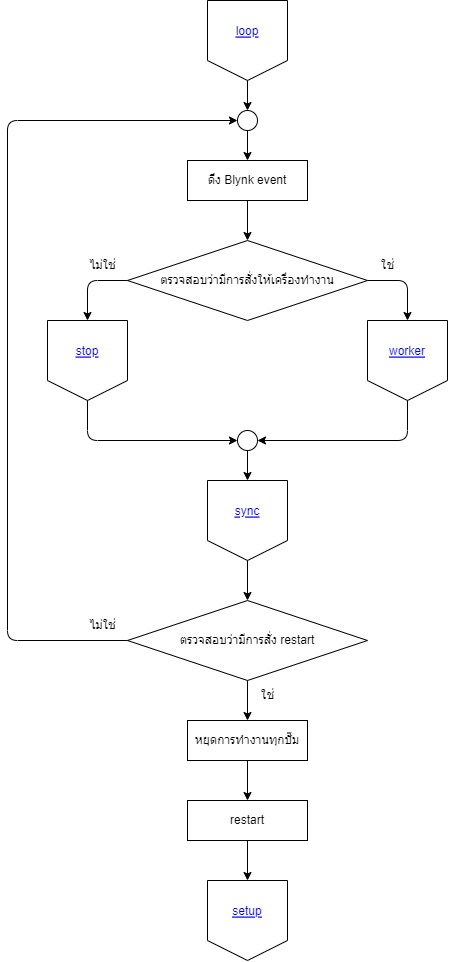
This is flowcharts/loop.png from thestampr/pHConditioner, a draw.io export, as it was before one commit. Source tidied: cells renumbered, new cells last; positions are measured from the earlier drawing's top-left corner, leaving out a move shared by most shapes.
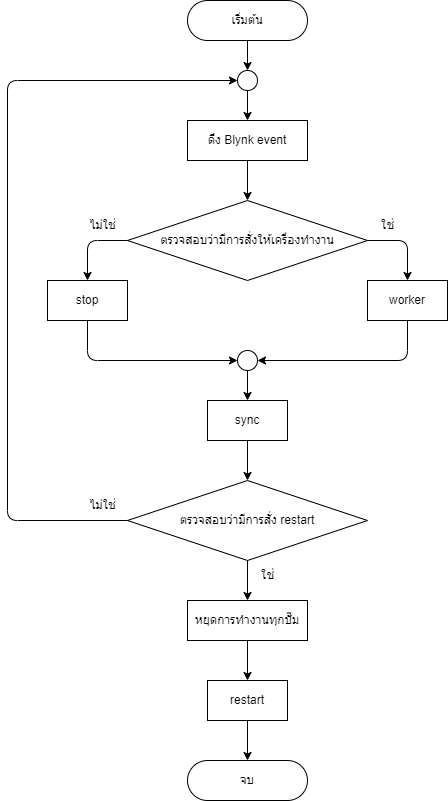
Above is the later version.

Diff of the diagram source:
```diff
@@ -3,82 +3,43 @@
     <mxCell id="0" />
     <mxCell id="1" parent="0" />
     <mxCell id="2" value="ตรวจสอบว่ามีการสั่งให้เครื่องทำงาน" style="rhombus;whiteSpace=wrap;html=1;rounded=0;labelBackgroundColor=none;comic=0;strokeColor=#000000;fontColor=#000000;fillColor=none;" parent="1" vertex="1">
-      <mxGeometry x="200" y="240" width="240" height="80" as="geometry" />
+      <mxGeometry x="200" y="200" width="240" height="80" as="geometry" />
     </mxCell>
     <mxCell id="3" style="edgeStyle=none;html=1;strokeColor=#000000;fontColor=#000000;endArrow=classic;endFill=1;" parent="1" edge="1" source="4" target="7">
       <mxGeometry relative="1" as="geometry" />
     </mxCell>
     <mxCell id="4" style="ellipse;whiteSpace=wrap;html=1;labelBackgroundColor=none;strokeColor=#000000;fontColor=#000000;fillColor=none;" parent="1" vertex="1">
-      <mxGeometry x="310" y="110" width="20" height="20" as="geometry" />
+      <mxGeometry x="310" y="70" width="20" height="20" as="geometry" />
     </mxCell>
     <mxCell id="5" style="edgeStyle=none;html=1;strokeColor=#000000;fontColor=#000000;endArrow=classic;endFill=1;" parent="1" edge="1" target="4">
       <mxGeometry relative="1" as="geometry">
-        <mxPoint x="320" y="80" as="sourcePoint" />
+        <mxPoint x="320" y="40" as="sourcePoint" />
       </mxGeometry>
     </mxCell>
     <mxCell id="6" style="edgeStyle=none;html=1;strokeColor=#000000;fontColor=#000000;endArrow=classic;endFill=1;" parent="1" edge="1" source="7" target="2">
       <mxGeometry relative="1" as="geometry" />
     </mxCell>
     <mxCell id="7" value="ดึง Blynk event" style="whiteSpace=wrap;html=1;rounded=0;labelBackgroundColor=none;comic=0;strokeColor=#000000;fontColor=#000000;fillColor=none;" parent="1" vertex="1">
-      <mxGeometry x="260" y="160" width="120" height="40" as="geometry" />
+      <mxGeometry x="260" y="120" width="120" height="40" as="geometry" />
     </mxCell>
-    <mxCell id="8" style="edgeStyle=none;html=1;strokeColor=#000000;fontColor=#000000;endArrow=classic;endFill=1;" parent="1" edge="1" source="9">
-      <mxGeometry relative="1" as="geometry">
-        <mxPoint x="320" y="480" as="targetPoint" />
-      </mxGeometry>
+    <mxCell id="8" style="edgeStyle=none;html=1;strokeColor=#000000;fontColor=#000000;endArrow=classic;endFill=1;entryX=0.5;entryY=0;entryDx=0;entryDy=0;entryPerimeter=0;" parent="1" edge="1" source="9" target="38">
+      <mxGeometry relative="1" as="geometry" />
     </mxCell>
     <mxCell id="9" style="ellipse;whiteSpace=wrap;html=1;labelBackgroundColor=none;strokeColor=#000000;fontColor=#000000;fillColor=none;" parent="1" vertex="1">
-      <mxGeometry x="310" y="430" width="20" height="20" as="geometry" />
+      <mxGeometry x="310" y="350" width="20" height="20" as="geometry" />
     </mxCell>
-    <mxCell id="10" style="group;rounded=0;labelBackgroundColor=none;comic=0;strokeColor=none;fontColor=#000000;fillColor=none;" parent="1" vertex="1">
-      <mxGeometry x="440" y="320" width="80" height="80" as="geometry" />
-    </mxCell>
-    <mxCell id="11" style="edgeStyle=none;orthogonalLoop=1;jettySize=auto;html=1;strokeColor=#000000;fontColor=#000000;endArrow=none;endFill=0;" parent="10" edge="1">
-      <mxGeometry relative="1" as="geometry">
-        <mxPoint as="sourcePoint" />
-        <mxPoint x="80" as="targetPoint" />
-      </mxGeometry>
-    </mxCell>
-    <mxCell id="12" style="edgeStyle=none;orthogonalLoop=1;jettySize=auto;html=1;strokeColor=#000000;fontColor=#000000;endArrow=none;endFill=0;" parent="10" edge="1">
-      <mxGeometry relative="1" as="geometry">
-        <mxPoint x="80" as="sourcePoint" />
-        <mxPoint x="80" y="60" as="targetPoint" />
-      </mxGeometry>
-    </mxCell>
-    <mxCell id="13" style="edgeStyle=none;orthogonalLoop=1;jettySize=auto;html=1;strokeColor=#000000;fontColor=#000000;endArrow=none;endFill=0;" parent="10" edge="1">
-      <mxGeometry relative="1" as="geometry">
-        <mxPoint as="sourcePoint" />
-        <mxPoint y="60" as="targetPoint" />
-      </mxGeometry>
-    </mxCell>
-    <mxCell id="14" style="edgeStyle=none;orthogonalLoop=1;jettySize=auto;html=1;strokeColor=#000000;fontColor=#000000;endArrow=none;endFill=0;" parent="10" edge="1">
-      <mxGeometry relative="1" as="geometry">
-        <mxPoint y="60" as="sourcePoint" />
-        <mxPoint x="40" y="80" as="targetPoint" />
-      </mxGeometry>
-    </mxCell>
-    <mxCell id="15" style="edgeStyle=none;orthogonalLoop=1;jettySize=auto;html=1;strokeColor=#000000;fontColor=#000000;endArrow=none;endFill=0;" parent="10" edge="1">
-      <mxGeometry relative="1" as="geometry">
-        <mxPoint x="80" y="60" as="sourcePoint" />
-        <mxPoint x="40" y="80" as="targetPoint" />
-      </mxGeometry>
-    </mxCell>
-    <mxCell id="16" value="worker" style="fontColor=#0000EE;fontStyle=4;rounded=1;overflow=hidden;spacing=10;labelBackgroundColor=none;comic=0;strokeColor=none;fillColor=none;" parent="10" vertex="1">
-      <mxGeometry x="5" y="10" width="70" height="40" as="geometry" />
-    </mxCell>
-    <mxCell id="17" style="edgeStyle=none;jettySize=auto;html=1;strokeColor=#000000;fontColor=#000000;endArrow=classic;endFill=1;entryX=1;entryY=0.5;entryDx=0;entryDy=0;" parent="1" edge="1" target="9">
+    <mxCell id="17" style="edgeStyle=none;jettySize=auto;html=1;strokeColor=#000000;fontColor=#000000;endArrow=classic;endFill=1;entryX=1;entryY=0.5;entryDx=0;entryDy=0;exitX=0.5;exitY=1;exitDx=0;exitDy=0;" parent="1" edge="1" source="16" target="9">
       <mxGeometry relative="1" as="geometry">
-        <mxPoint x="480" y="400" as="sourcePoint" />
         <Array as="points">
-          <mxPoint x="480" y="440" />
+          <mxPoint x="480" y="360" />
         </Array>
       </mxGeometry>
     </mxCell>
     <mxCell id="18" value="ไม่ใช่" style="text;html=1;align=center;verticalAlign=middle;strokeColor=none;fillColor=none;fontColor=#000000;" parent="1" vertex="1">
-      <mxGeometry x="150" y="250" width="50" height="30" as="geometry" />
+      <mxGeometry x="150" y="210" width="50" height="30" as="geometry" />
     </mxCell>
     <mxCell id="19" value="ใช่" style="text;html=1;align=center;verticalAlign=middle;strokeColor=none;fillColor=none;fontColor=#000000;" parent="1" vertex="1">
-      <mxGeometry x="440" y="250" width="40" height="30" as="geometry" />
+      <mxGeometry x="440" y="210" width="40" height="30" as="geometry" />
     </mxCell>
     <mxCell id="20" style="edgeStyle=none;html=1;strokeColor=#000000;fontColor=#000000;endArrow=classic;endFill=1;" parent="1" edge="1">
       <mxGeometry relative="1" as="geometry">
@@ -90,214 +51,80 @@
         <mxPoint y="440" as="sourcePoint" />
       </mxGeometry>
     </mxCell>
-    <mxCell id="22" style="edgeStyle=none;jettySize=auto;html=1;strokeColor=#000000;fontColor=#000000;endArrow=classic;endFill=1;exitX=1;exitY=0.5;exitDx=0;exitDy=0;" parent="1" edge="1" source="2">
+    <mxCell id="22" style="edgeStyle=none;jettySize=auto;html=1;strokeColor=#000000;fontColor=#000000;endArrow=classic;endFill=1;exitX=1;exitY=0.5;exitDx=0;exitDy=0;entryX=0.5;entryY=0;entryDx=0;entryDy=0;entryPerimeter=0;" parent="1" edge="1" source="2" target="16">
       <mxGeometry relative="1" as="geometry">
-        <mxPoint x="480" y="320" as="targetPoint" />
         <Array as="points">
-          <mxPoint x="480" y="280" />
+          <mxPoint x="480" y="240" />
         </Array>
       </mxGeometry>
     </mxCell>
-    <mxCell id="23" style="group;rounded=0;labelBackgroundColor=none;comic=0;strokeColor=none;fontColor=#000000;fillColor=none;" parent="1" vertex="1">
-      <mxGeometry x="120" y="320" width="80" height="80" as="geometry" />
-    </mxCell>
-    <mxCell id="24" style="edgeStyle=none;orthogonalLoop=1;jettySize=auto;html=1;strokeColor=#000000;fontColor=#000000;endArrow=none;endFill=0;" parent="23" edge="1">
-      <mxGeometry relative="1" as="geometry">
-        <mxPoint as="sourcePoint" />
-        <mxPoint x="80" as="targetPoint" />
-      </mxGeometry>
-    </mxCell>
-    <mxCell id="25" style="edgeStyle=none;orthogonalLoop=1;jettySize=auto;html=1;strokeColor=#000000;fontColor=#000000;endArrow=none;endFill=0;" parent="23" edge="1">
-      <mxGeometry relative="1" as="geometry">
-        <mxPoint x="80" as="sourcePoint" />
-        <mxPoint x="80" y="60" as="targetPoint" />
-      </mxGeometry>
-    </mxCell>
-    <mxCell id="26" style="edgeStyle=none;orthogonalLoop=1;jettySize=auto;html=1;strokeColor=#000000;fontColor=#000000;endArrow=none;endFill=0;" parent="23" edge="1">
-      <mxGeometry relative="1" as="geometry">
-        <mxPoint as="sourcePoint" />
-        <mxPoint y="60" as="targetPoint" />
-      </mxGeometry>
-    </mxCell>
-    <mxCell id="27" style="edgeStyle=none;orthogonalLoop=1;jettySize=auto;html=1;strokeColor=#000000;fontColor=#000000;endArrow=none;endFill=0;" parent="23" edge="1">
-      <mxGeometry relative="1" as="geometry">
-        <mxPoint y="60" as="sourcePoint" />
-        <mxPoint x="40" y="80" as="targetPoint" />
-      </mxGeometry>
-    </mxCell>
-    <mxCell id="28" style="edgeStyle=none;orthogonalLoop=1;jettySize=auto;html=1;strokeColor=#000000;fontColor=#000000;endArrow=none;endFill=0;" parent="23" edge="1">
-      <mxGeometry relative="1" as="geometry">
-        <mxPoint x="80" y="60" as="sourcePoint" />
-        <mxPoint x="40" y="80" as="targetPoint" />
-      </mxGeometry>
-    </mxCell>
-    <mxCell id="29" value="stop" style="fontColor=#0000EE;fontStyle=4;rounded=1;overflow=hidden;spacing=10;labelBackgroundColor=none;comic=0;strokeColor=none;fillColor=none;" parent="23" vertex="1">
-      <mxGeometry x="5" y="10" width="70" height="40" as="geometry" />
-    </mxCell>
-    <mxCell id="30" style="edgeStyle=none;jettySize=auto;html=1;strokeColor=#000000;fontColor=#000000;endArrow=classic;endFill=1;exitX=0;exitY=0.5;exitDx=0;exitDy=0;" parent="1" edge="1" source="2">
+    <mxCell id="30" style="edgeStyle=none;jettySize=auto;html=1;strokeColor=#000000;fontColor=#000000;endArrow=classic;endFill=1;exitX=0;exitY=0.5;exitDx=0;exitDy=0;entryX=0.5;entryY=0;entryDx=0;entryDy=0;" parent="1" edge="1" source="2" target="29">
       <mxGeometry relative="1" as="geometry">
-        <mxPoint x="160" y="320" as="targetPoint" />
         <Array as="points">
-          <mxPoint x="160" y="280" />
+          <mxPoint x="160" y="240" />
         </Array>
       </mxGeometry>
     </mxCell>
-    <mxCell id="31" style="edgeStyle=none;jettySize=auto;html=1;strokeColor=#000000;fontColor=#000000;endArrow=classic;endFill=1;entryX=0;entryY=0.5;entryDx=0;entryDy=0;" parent="1" edge="1" target="9">
+    <mxCell id="31" style="edgeStyle=none;jettySize=auto;html=1;strokeColor=#000000;fontColor=#000000;endArrow=classic;endFill=1;entryX=0;entryY=0.5;entryDx=0;entryDy=0;exitX=0.5;exitY=1;exitDx=0;exitDy=0;" parent="1" edge="1" source="29" target="9">
       <mxGeometry relative="1" as="geometry">
-        <mxPoint x="160" y="400" as="sourcePoint" />
         <Array as="points">
-          <mxPoint x="160" y="440" />
+          <mxPoint x="160" y="360" />
         </Array>
       </mxGeometry>
     </mxCell>
-    <mxCell id="32" style="group;rounded=0;labelBackgroundColor=none;comic=0;strokeColor=none;fontColor=#000000;fillColor=none;" parent="1" vertex="1">
-      <mxGeometry x="280" y="480" width="80" height="80" as="geometry" />
-    </mxCell>
-    <mxCell id="33" style="edgeStyle=none;orthogonalLoop=1;jettySize=auto;html=1;strokeColor=#000000;fontColor=#000000;endArrow=none;endFill=0;" parent="32" edge="1">
-      <mxGeometry relative="1" as="geometry">
-        <mxPoint as="sourcePoint" />
-        <mxPoint x="80" as="targetPoint" />
-      </mxGeometry>
-    </mxCell>
-    <mxCell id="34" style="edgeStyle=none;orthogonalLoop=1;jettySize=auto;html=1;strokeColor=#000000;fontColor=#000000;endArrow=none;endFill=0;" parent="32" edge="1">
-      <mxGeometry relative="1" as="geometry">
-        <mxPoint x="80" as="sourcePoint" />
-        <mxPoint x="80" y="60" as="targetPoint" />
-      </mxGeometry>
-    </mxCell>
-    <mxCell id="35" style="edgeStyle=none;orthogonalLoop=1;jettySize=auto;html=1;strokeColor=#000000;fontColor=#000000;endArrow=none;endFill=0;" parent="32" edge="1">
-      <mxGeometry relative="1" as="geometry">
-        <mxPoint as="sourcePoint" />
-        <mxPoint y="60" as="targetPoint" />
-      </mxGeometry>
-    </mxCell>
-    <mxCell id="36" style="edgeStyle=none;orthogonalLoop=1;jettySize=auto;html=1;strokeColor=#000000;fontColor=#000000;endArrow=none;endFill=0;" parent="32" edge="1">
-      <mxGeometry relative="1" as="geometry">
-        <mxPoint y="60" as="sourcePoint" />
-        <mxPoint x="40" y="80" as="targetPoint" />
-      </mxGeometry>
-    </mxCell>
-    <mxCell id="37" style="edgeStyle=none;orthogonalLoop=1;jettySize=auto;html=1;strokeColor=#000000;fontColor=#000000;endArrow=none;endFill=0;" parent="32" edge="1">
-      <mxGeometry relative="1" as="geometry">
-        <mxPoint x="80" y="60" as="sourcePoint" />
-        <mxPoint x="40" y="80" as="targetPoint" />
-      </mxGeometry>
-    </mxCell>
-    <mxCell id="38" value="sync" style="fontColor=#0000EE;fontStyle=4;rounded=1;overflow=hidden;spacing=10;labelBackgroundColor=none;comic=0;strokeColor=none;fillColor=none;" parent="32" vertex="1">
-      <mxGeometry x="5" y="10" width="70" height="40" as="geometry" />
-    </mxCell>
     <mxCell id="39" style="edgeStyle=none;html=1;strokeColor=#000000;fontColor=#000000;endArrow=classic;endFill=1;entryX=0;entryY=0.5;entryDx=0;entryDy=0;" parent="1" edge="1" source="41" target="4">
       <mxGeometry relative="1" as="geometry">
         <Array as="points">
-          <mxPoint x="80" y="640" />
-          <mxPoint x="80" y="120" />
+          <mxPoint x="80" y="520" />
+          <mxPoint x="80" y="80" />
         </Array>
       </mxGeometry>
     </mxCell>
     <mxCell id="40" style="edgeStyle=none;html=1;strokeColor=#000000;fontColor=#000000;endArrow=classic;endFill=1;" parent="1" edge="1" source="41">
       <mxGeometry relative="1" as="geometry">
-        <mxPoint x="320" y="720" as="targetPoint" />
+        <mxPoint x="320" y="600" as="targetPoint" />
       </mxGeometry>
     </mxCell>
     <mxCell id="41" value="ตรวจสอบว่ามีการสั่ง restart" style="rhombus;whiteSpace=wrap;html=1;rounded=0;labelBackgroundColor=none;comic=0;strokeColor=#000000;fontColor=#000000;fillColor=none;" parent="1" vertex="1">
-      <mxGeometry x="200" y="600" width="240" height="80" as="geometry" />
+      <mxGeometry x="200" y="480" width="240" height="80" as="geometry" />
     </mxCell>
-    <mxCell id="42" style="edgeStyle=none;jettySize=auto;html=1;strokeColor=#000000;fontColor=#000000;endArrow=classic;endFill=1;entryX=0.5;entryY=0;entryDx=0;entryDy=0;" parent="1" edge="1" target="41">
-      <mxGeometry relative="1" as="geometry">
-        <mxPoint x="320" y="560" as="sourcePoint" />
-      </mxGeometry>
+    <mxCell id="42" style="edgeStyle=none;jettySize=auto;html=1;strokeColor=#000000;fontColor=#000000;endArrow=classic;endFill=1;entryX=0.5;entryY=0;entryDx=0;entryDy=0;exitX=0.5;exitY=1;exitDx=0;exitDy=0;" parent="1" edge="1" source="38" target="41">
+      <mxGeometry relative="1" as="geometry" />
     </mxCell>
     <mxCell id="43" value="ใช่" style="text;html=1;align=center;verticalAlign=middle;strokeColor=none;fillColor=none;fontColor=#000000;" parent="1" vertex="1">
-      <mxGeometry x="320" y="680" width="40" height="30" as="geometry" />
+      <mxGeometry x="320" y="560" width="40" height="30" as="geometry" />
     </mxCell>
     <mxCell id="44" value="ไม่ใช่" style="text;html=1;align=center;verticalAlign=middle;strokeColor=none;fillColor=none;fontColor=#000000;" parent="1" vertex="1">
-      <mxGeometry x="150" y="610" width="50" height="30" as="geometry" />
+      <mxGeometry x="150" y="490" width="50" height="30" as="geometry" />
     </mxCell>
     <mxCell id="45" style="edgeStyle=none;html=1;strokeColor=#000000;fontColor=#000000;endArrow=classic;endFill=1;" parent="1" edge="1" source="46" target="48">
       <mxGeometry relative="1" as="geometry" />
     </mxCell>
     <mxCell id="46" value="หยุดการทำงานทุกปั๊ม" style="whiteSpace=wrap;html=1;rounded=0;labelBackgroundColor=none;comic=0;strokeColor=#000000;fontColor=#000000;fillColor=none;" parent="1" vertex="1">
-      <mxGeometry x="260" y="720" width="120" height="40" as="geometry" />
+      <mxGeometry x="260" y="600" width="120" height="40" as="geometry" />
     </mxCell>
     <mxCell id="47" style="edgeStyle=none;html=1;strokeColor=#000000;fontColor=#000000;endArrow=classic;endFill=1;" parent="1" edge="1" source="48">
       <mxGeometry relative="1" as="geometry">
-        <mxPoint x="320" y="880" as="targetPoint" />
+        <mxPoint x="320" y="760" as="targetPoint" />
       </mxGeometry>
     </mxCell>
     <mxCell id="48" value="restart" style="whiteSpace=wrap;html=1;rounded=0;labelBackgroundColor=none;comic=0;strokeColor=#000000;fontColor=#000000;fillColor=none;" parent="1" vertex="1">
-      <mxGeometry x="260" y="800" width="120" height="40" as="geometry" />
+      <mxGeometry x="280" y="680" width="80" height="40" as="geometry" />
     </mxCell>
-    <mxCell id="49" style="group;rounded=0;labelBackgroundColor=none;comic=0;strokeColor=none;fontColor=#000000;fillColor=none;" parent="1" vertex="1">
-      <mxGeometry x="280" y="880" width="80" height="80" as="geometry" />
-    </mxCell>
-    <mxCell id="50" style="edgeStyle=none;orthogonalLoop=1;jettySize=auto;html=1;strokeColor=#000000;fontColor=#000000;endArrow=none;endFill=0;" parent="49" edge="1">
-      <mxGeometry relative="1" as="geometry">
-        <mxPoint as="sourcePoint" />
-        <mxPoint x="80" as="targetPoint" />
-      </mxGeometry>
-    </mxCell>
-    <mxCell id="51" style="edgeStyle=none;orthogonalLoop=1;jettySize=auto;html=1;strokeColor=#000000;fontColor=#000000;endArrow=none;endFill=0;" parent="49" edge="1">
-      <mxGeometry relative="1" as="geometry">
-        <mxPoint x="80" as="sourcePoint" />
-        <mxPoint x="80" y="60" as="targetPoint" />
-      </mxGeometry>
-    </mxCell>
-    <mxCell id="52" style="edgeStyle=none;orthogonalLoop=1;jettySize=auto;html=1;strokeColor=#000000;fontColor=#000000;endArrow=none;endFill=0;" parent="49" edge="1">
-      <mxGeometry relative="1" as="geometry">
-        <mxPoint as="sourcePoint" />
-        <mxPoint y="60" as="targetPoint" />
-      </mxGeometry>
-    </mxCell>
-    <mxCell id="53" style="edgeStyle=none;orthogonalLoop=1;jettySize=auto;html=1;strokeColor=#000000;fontColor=#000000;endArrow=none;endFill=0;" parent="49" edge="1">
-      <mxGeometry relative="1" as="geometry">
-        <mxPoint y="60" as="sourcePoint" />
-        <mxPoint x="40" y="80" as="targetPoint" />
-      </mxGeometry>
-    </mxCell>
-    <mxCell id="54" style="edgeStyle=none;orthogonalLoop=1;jettySize=auto;html=1;strokeColor=#000000;fontColor=#000000;endArrow=none;endFill=0;" parent="49" edge="1">
-      <mxGeometry relative="1" as="geometry">
-        <mxPoint x="80" y="60" as="sourcePoint" />
-        <mxPoint x="40" y="80" as="targetPoint" />
-      </mxGeometry>
-    </mxCell>
-    <mxCell id="55" value="setup" style="fontColor=#0000EE;fontStyle=4;rounded=1;overflow=hidden;spacing=10;labelBackgroundColor=none;comic=0;strokeColor=none;fillColor=none;" parent="49" vertex="1">
-      <mxGeometry x="5" y="10" width="70" height="40" as="geometry" />
-    </mxCell>
-    <mxCell id="56" style="group;" parent="1" vertex="1">
-      <mxGeometry x="280" width="80" height="80" as="geometry" />
-    </mxCell>
-    <mxCell id="57" style="edgeStyle=none;orthogonalLoop=1;jettySize=auto;html=1;strokeColor=#000000;fontColor=#000000;endArrow=none;endFill=0;" parent="56" edge="1">
-      <mxGeometry relative="1" as="geometry">
-        <mxPoint as="sourcePoint" />
-        <mxPoint x="80" as="targetPoint" />
-      </mxGeometry>
-    </mxCell>
-    <mxCell id="58" style="edgeStyle=none;orthogonalLoop=1;jettySize=auto;html=1;strokeColor=#000000;fontColor=#000000;endArrow=none;endFill=0;" parent="56" edge="1">
-      <mxGeometry relative="1" as="geometry">
-        <mxPoint x="80" as="sourcePoint" />
-        <mxPoint x="80" y="60" as="targetPoint" />
-      </mxGeometry>
-    </mxCell>
-    <mxCell id="59" style="edgeStyle=none;orthogonalLoop=1;jettySize=auto;html=1;strokeColor=#000000;fontColor=#000000;endArrow=none;endFill=0;" parent="56" edge="1">
-      <mxGeometry relative="1" as="geometry">
-        <mxPoint as="sourcePoint" />
-        <mxPoint y="60" as="targetPoint" />
-      </mxGeometry>
-    </mxCell>
-    <mxCell id="60" style="edgeStyle=none;orthogonalLoop=1;jettySize=auto;html=1;strokeColor=#000000;fontColor=#000000;endArrow=none;endFill=0;" parent="56" edge="1">
-      <mxGeometry relative="1" as="geometry">
-        <mxPoint y="60" as="sourcePoint" />
-        <mxPoint x="40" y="80" as="targetPoint" />
-      </mxGeometry>
-    </mxCell>
-    <mxCell id="61" style="edgeStyle=none;orthogonalLoop=1;jettySize=auto;html=1;strokeColor=#000000;fontColor=#000000;endArrow=none;endFill=0;" parent="56" edge="1">
-      <mxGeometry relative="1" as="geometry">
-        <mxPoint x="80" y="60" as="sourcePoint" />
-        <mxPoint x="40" y="80" as="targetPoint" />
-      </mxGeometry>
-    </mxCell>
-    <mxCell id="62" value="loop" style="fontColor=#0000EE;fontStyle=4;rounded=1;overflow=hidden;spacing=10;labelBackgroundColor=none;comic=0;strokeColor=none;fillColor=none;" parent="56" vertex="1">
-      <mxGeometry x="5" y="10" width="70" height="40" as="geometry" />
-    </mxCell>
+    <mxCell id="63" value="จบ" style="rounded=1;whiteSpace=wrap;html=1;fontSize=12;glass=0;strokeWidth=1;shadow=0;arcSize=50;fillColor=none;strokeColor=#000000;fontColor=#000000;" parent="1" vertex="1">
+      <mxGeometry x="260" y="760" width="120" height="40" as="geometry" />
+    </mxCell>
+    <mxCell id="64" value="เริ่มต้น" style="rounded=1;whiteSpace=wrap;html=1;fontSize=12;glass=0;strokeWidth=1;shadow=0;arcSize=50;fillColor=none;strokeColor=#000000;fontColor=#000000;" parent="1" vertex="1">
+      <mxGeometry x="260" width="120" height="40" as="geometry" />
+    </mxCell>
+    <mxCell id="38" value="sync" style="whiteSpace=wrap;html=1;rounded=0;labelBackgroundColor=none;comic=0;strokeColor=#000000;fontColor=#000000;fillColor=none;" parent="1" vertex="1">
+      <mxGeometry x="280" y="400" width="80" height="40" as="geometry" />
+    </mxCell>
+    <mxCell id="29" value="stop" style="whiteSpace=wrap;html=1;rounded=0;labelBackgroundColor=none;comic=0;strokeColor=#000000;fontColor=#000000;fillColor=none;" parent="1" vertex="1">
+      <mxGeometry x="120" y="280" width="80" height="40" as="geometry" />
+    </mxCell>
+    <mxCell id="16" value="worker" style="whiteSpace=wrap;html=1;rounded=0;labelBackgroundColor=none;comic=0;strokeColor=#000000;fontColor=#000000;fillColor=none;" parent="1" vertex="1">
+      <mxGeometry x="440" y="280" width="80" height="40" as="geometry" />
+    </mxCell>
   </root>
 </mxGraphModel>
```
